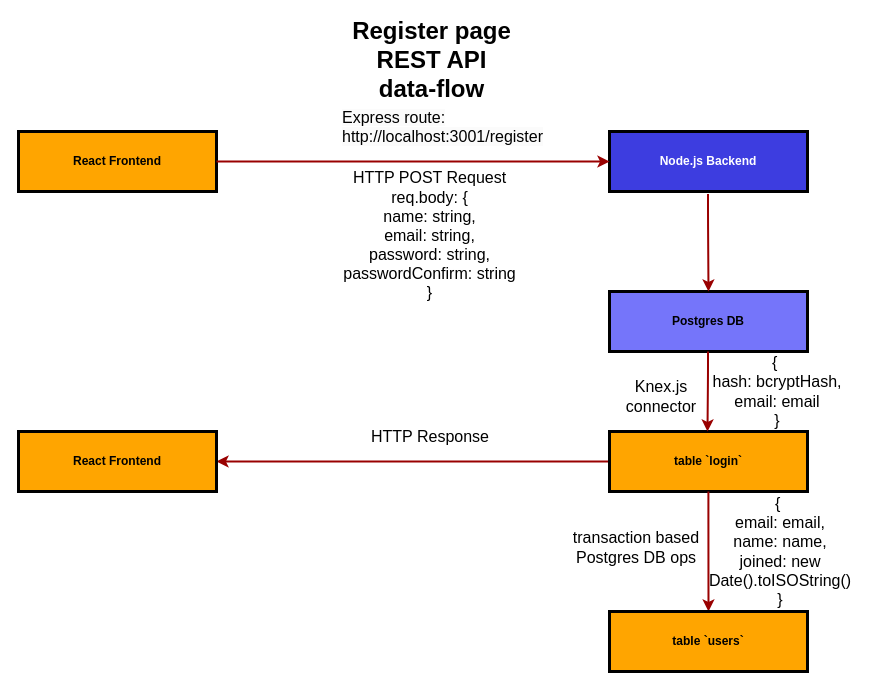
This is page "App1-Clarifai-Register-page" (1 of 21) of Diagrams.drawio from PhoenixYork166/draw.io, a draw.io file, before an edit. Source tidied: cells renumbered, new cells numbered last; positions are measured from the earlier drawing's top-left corner, leaving out a move shared by most shapes. Both pictures are drawn from the tidied source at 100%, with x=0, y=0 at pixel (18, 40).
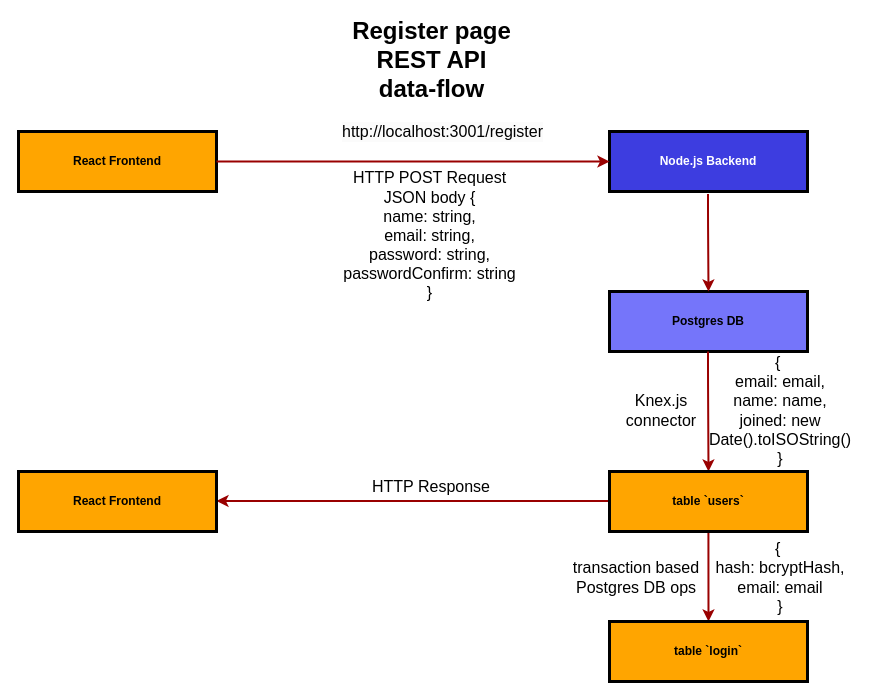
The same page after the edit.

What changed in the source:
```diff
@@
     <mxCell id="3" value="HTTP Response" style="text;html=1;align=center;verticalAlign=middle;whiteSpace=wrap;rounded=0;fontSize=16;" parent="1" vertex="1">
-      <mxGeometry x="345.5" y="381" width="132" height="30" as="geometry" />
+      <mxGeometry x="347" y="431" width="132" height="30" as="geometry" />
     </mxCell>
-    <mxCell id="4" style="edgeStyle=elbowEdgeStyle;elbow=vertical;strokeColor=#990000;strokeWidth=2;exitX=0;exitY=0.5;exitDx=0;exitDy=0;entryX=1;entryY=0.5;entryDx=0;entryDy=0;" parent="1" edge="1" source="10" target="20">
+    <mxCell id="4" style="edgeStyle=elbowEdgeStyle;elbow=vertical;strokeColor=#990000;strokeWidth=2;exitX=0;exitY=0.5;exitDx=0;exitDy=0;entryX=1;entryY=0.5;entryDx=0;entryDy=0;" parent="1" edge="1">
       <mxGeometry relative="1" as="geometry">
+        <mxPoint x="591" y="460.4" as="sourcePoint" />
+        <mxPoint x="198" y="460.4" as="targetPoint" />
         <Array as="points">
-          <mxPoint x="423" y="421" />
+          <mxPoint x="423" y="460.4" />
         </Array>
       </mxGeometry>
     </mxCell>
@@
-    <mxCell id="8" value="HTTP POST Request&lt;div&gt;req.body: {&lt;/div&gt;&lt;div&gt;name: string,&lt;/div&gt;&lt;div&gt;email: string,&lt;/div&gt;&lt;div&gt;password: string,&lt;/div&gt;&lt;div&gt;passwordConfirm: string&lt;/div&gt;&lt;div&gt;}&lt;/div&gt;" style="text;html=1;align=center;verticalAlign=middle;whiteSpace=wrap;rounded=0;fontSize=16;" parent="1" vertex="1">
+    <mxCell id="8" value="HTTP POST Request&lt;div&gt;&lt;span style=&quot;background-color: initial;&quot;&gt;JSON body {&lt;/span&gt;&lt;/div&gt;&lt;div&gt;name: string,&lt;/div&gt;&lt;div&gt;email: string,&lt;/div&gt;&lt;div&gt;password: string,&lt;/div&gt;&lt;div&gt;passwordConfirm: string&lt;/div&gt;&lt;div&gt;}&lt;/div&gt;" style="text;html=1;align=center;verticalAlign=middle;whiteSpace=wrap;rounded=0;fontSize=16;" parent="1" vertex="1">
       <mxGeometry x="322" y="180" width="179" height="30" as="geometry" />
     </mxCell>
@@
-    <mxCell id="10" value="table `login`" style="whiteSpace=wrap;align=center;verticalAlign=middle;fontStyle=1;strokeWidth=3;fillColor=#FFA500;" parent="1" vertex="1">
-      <mxGeometry x="591" y="391" width="198" height="60" as="geometry" />
-    </mxCell>
     <mxCell id="11" value="Knex.js&lt;div&gt;connector&lt;/div&gt;" style="text;html=1;align=center;verticalAlign=middle;whiteSpace=wrap;rounded=0;fontSize=16;" parent="1" vertex="1">
-      <mxGeometry x="577" y="341" width="132" height="30" as="geometry" />
+      <mxGeometry x="577" y="355" width="132" height="30" as="geometry" />
     </mxCell>
-    <mxCell id="12" value="&lt;span style=&quot;color: rgb(0, 0, 0); font-family: Helvetica; font-size: 16px; font-style: normal; font-variant-ligatures: normal; font-variant-caps: normal; font-weight: 400; letter-spacing: normal; orphans: 2; text-align: center; text-indent: 0px; text-transform: none; widows: 2; word-spacing: 0px; -webkit-text-stroke-width: 0px; white-space: normal; background-color: rgb(251, 251, 251); text-decoration-thickness: initial; text-decoration-style: initial; text-decoration-color: initial; display: inline !important; float: none;&quot;&gt;Express route:&lt;/span&gt;&lt;div style=&quot;forced-color-adjust: none; color: rgb(0, 0, 0); font-family: Helvetica; font-size: 16px; font-style: normal; font-variant-ligatures: normal; font-variant-caps: normal; font-weight: 400; letter-spacing: normal; orphans: 2; text-align: center; text-indent: 0px; text-transform: none; widows: 2; word-spacing: 0px; -webkit-text-stroke-width: 0px; white-space: normal; background-color: rgb(251, 251, 251); text-decoration-thickness: initial; text-decoration-style: initial; text-decoration-color: initial;&quot;&gt;http://localhost:3001/register&lt;/div&gt;" style="text;whiteSpace=wrap;html=1;" parent="1" vertex="1">
+    <mxCell id="12" value="&lt;br&gt;&lt;div style=&quot;forced-color-adjust: none; color: rgb(0, 0, 0); font-family: Helvetica; font-size: 16px; font-style: normal; font-variant-ligatures: normal; font-variant-caps: normal; font-weight: 400; letter-spacing: normal; orphans: 2; text-align: center; text-indent: 0px; text-transform: none; widows: 2; word-spacing: 0px; -webkit-text-stroke-width: 0px; white-space: normal; background-color: rgb(251, 251, 251); text-decoration-thickness: initial; text-decoration-style: initial; text-decoration-color: initial;&quot;&gt;http://localhost:3001/register&lt;/div&gt;" style="text;whiteSpace=wrap;html=1;" parent="1" vertex="1">
       <mxGeometry x="322" y="61" width="230" height="60" as="geometry" />
     </mxCell>
@@
-    <mxCell id="14" style="edgeStyle=elbowEdgeStyle;elbow=vertical;strokeColor=#990000;strokeWidth=2;" parent="1" edge="1">
+    <mxCell id="14" style="edgeStyle=elbowEdgeStyle;elbow=vertical;strokeColor=#990000;strokeWidth=2;entryX=0.5;entryY=0;entryDx=0;entryDy=0;" parent="1" edge="1" target="16">
       <mxGeometry relative="1" as="geometry">
         <mxPoint x="689.5" y="311" as="sourcePoint" />
-        <mxPoint x="689" y="391" as="targetPoint" />
         <Array as="points">
           <mxPoint x="730" y="334" />
         </Array>
       </mxGeometry>
     </mxCell>
-    <mxCell id="15" style="edgeStyle=elbowEdgeStyle;elbow=vertical;strokeColor=#990000;strokeWidth=2;entryX=0.5;entryY=0;entryDx=0;entryDy=0;" parent="1" edge="1" target="16">
+    <mxCell id="15" style="edgeStyle=elbowEdgeStyle;elbow=vertical;strokeColor=#990000;strokeWidth=2;entryX=0.5;entryY=0;entryDx=0;entryDy=0;" parent="1" edge="1" target="10">
       <mxGeometry relative="1" as="geometry">
         <mxPoint x="689.9" y="451" as="sourcePoint" />
         <Array as="points">
           <mxPoint x="730.4" y="474" />
         </Array>
       </mxGeometry>
     </mxCell>
-    <mxCell id="16" value="table `users`" style="whiteSpace=wrap;align=center;verticalAlign=middle;fontStyle=1;strokeWidth=3;fillColor=#FFA500;" parent="1" vertex="1">
-      <mxGeometry x="591" y="571" width="198" height="60" as="geometry" />
-    </mxCell>
     <mxCell id="17" value="transaction based&lt;div&gt;Postgres DB ops&lt;/div&gt;" style="text;html=1;align=center;verticalAlign=middle;whiteSpace=wrap;rounded=0;fontSize=16;" parent="1" vertex="1">
-      <mxGeometry x="552" y="492" width="132" height="30" as="geometry" />
+      <mxGeometry x="552" y="522" width="132" height="30" as="geometry" />
     </mxCell>
     <mxCell id="18" value="{&amp;nbsp;&lt;div&gt;hash: bcryptHash,&lt;div&gt;email: email&lt;/div&gt;&lt;div&gt;}&lt;/div&gt;&lt;/div&gt;" style="text;html=1;align=center;verticalAlign=middle;whiteSpace=wrap;rounded=0;fontSize=16;" parent="1" vertex="1">
-      <mxGeometry x="693" y="336" width="132" height="30" as="geometry" />
+      <mxGeometry x="696" y="522" width="132" height="30" as="geometry" />
     </mxCell>
     <mxCell id="19" value="{&amp;nbsp;&lt;div&gt;&lt;div&gt;email: email,&lt;/div&gt;&lt;div&gt;name: name,&lt;/div&gt;&lt;div&gt;joined: new Date().toISOString()&lt;/div&gt;&lt;div&gt;}&lt;/div&gt;&lt;/div&gt;" style="text;html=1;align=center;verticalAlign=middle;whiteSpace=wrap;rounded=0;fontSize=16;" parent="1" vertex="1">
-      <mxGeometry x="696" y="496" width="132" height="30" as="geometry" />
+      <mxGeometry x="696" y="355" width="132" height="30" as="geometry" />
     </mxCell>
     <mxCell id="20" value="React Frontend" style="whiteSpace=wrap;align=center;verticalAlign=middle;fontStyle=1;strokeWidth=3;fillColor=#FFA500;" parent="1" vertex="1">
-      <mxGeometry y="391" width="198" height="60" as="geometry" />
+      <mxGeometry y="431" width="198" height="60" as="geometry" />
     </mxCell>
+    <mxCell id="10" value="table `login`" style="whiteSpace=wrap;align=center;verticalAlign=middle;fontStyle=1;strokeWidth=3;fillColor=#FFA500;" parent="1" vertex="1">
+      <mxGeometry x="591" y="581" width="198" height="60" as="geometry" />
+    </mxCell>
+    <mxCell id="16" value="table `users`" style="whiteSpace=wrap;align=center;verticalAlign=middle;fontStyle=1;strokeWidth=3;fillColor=#FFA500;" parent="1" vertex="1">
+      <mxGeometry x="591" y="431" width="198" height="60" as="geometry" />
+    </mxCell>
```
